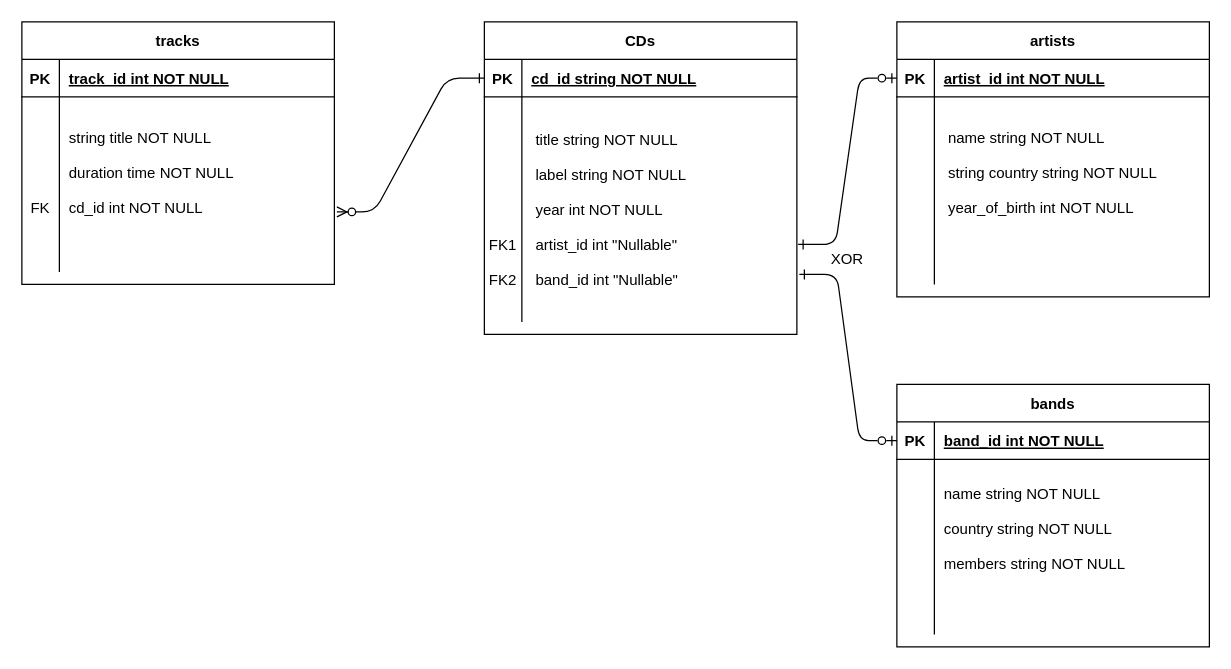
Shrey-2019/ER-Diagrams keeps this draw.io diagram as Untitled Diagram.drawio. Above is the earlier version. Source tidied: cells renumbered, new cells numbered last; positions are measured from the earlier drawing's top-left corner, leaving out a move shared by most shapes. Both pictures are drawn from the tidied source at 125%, with x=0, y=0 at pixel (21, 21).
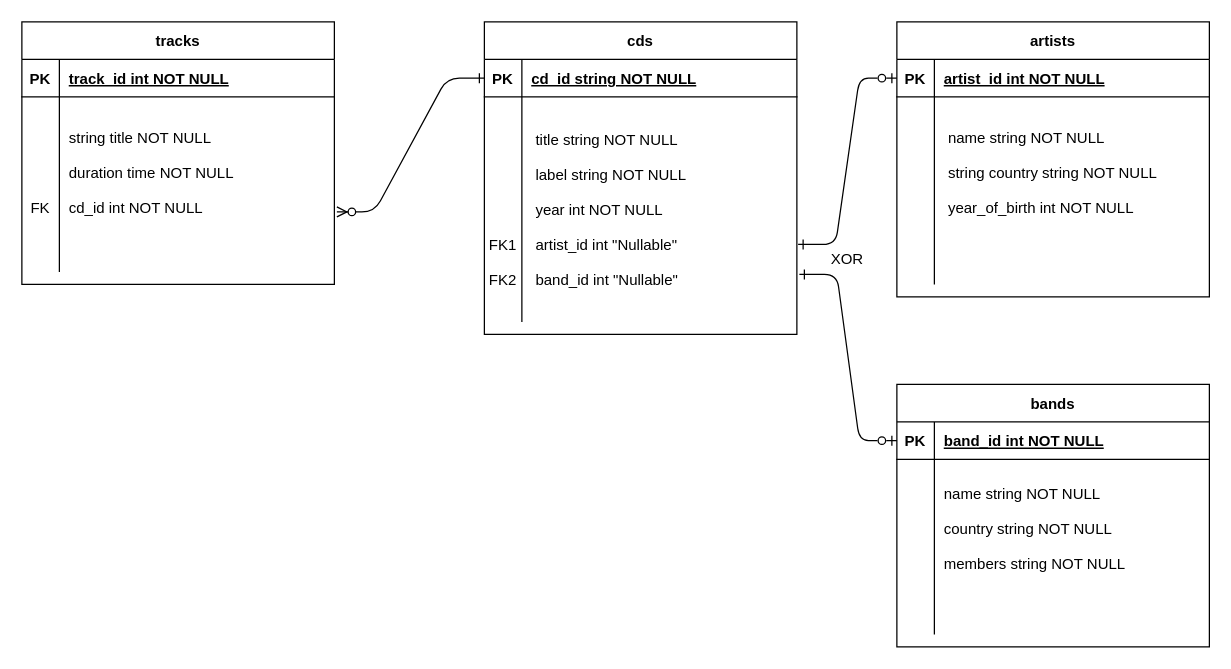
Above is the later version.

What changed in the source:
```diff
@@
-    <mxCell id="23" value="CDs" style="shape=table;startSize=30;childLayout=tableLayout;rowLines=0;fontStyle=1;align=center;" parent="1" vertex="1">
+    <mxCell id="23" value="cds" style="shape=table;startSize=30;childLayout=tableLayout;rowLines=0;fontStyle=1;align=center;" parent="1" vertex="1">
       <mxGeometry x="370" width="250" height="250" as="geometry" />
     </mxCell>
```
